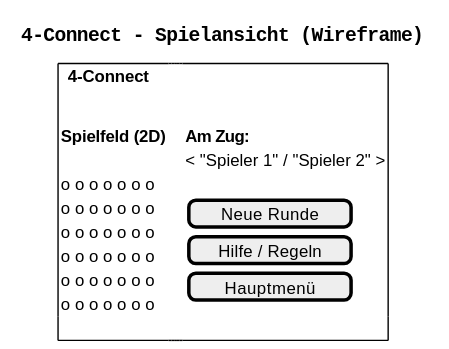
Above: prototyp/Wireframe-03-06-07_spielscreen.svg in realLucas01/SEGR11 (PlantUML), before the change.
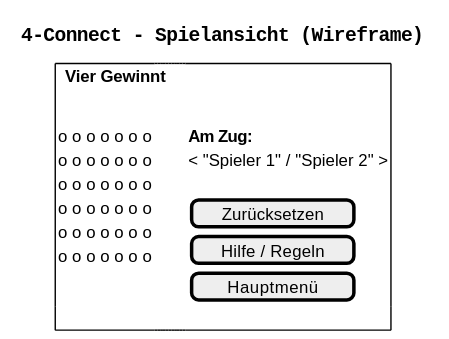
The same diagram one commit later.

Diff of the diagram source:
```diff
@@ -6,10 +6,9 @@
 salt
 {
   {+
-    {^ **4-Connect **}
-    .
-    { **Spielfeld (2D)**
+    {^ **Vier Gewinnt**}
 .
+    {
     o o o o o o o
     o o o o o o o
     o o o o o o o
@@ -17,12 +16,12 @@
     o o o o o o o
     o o o o o o o
 
-    } {}{}{}{}{} {
+    } {} {} {} {} {} {} {} {} {} {} {} {
 
       **Am Zug:**
       < "Spieler 1" / "Spieler 2" >
       .
-      [  Neue Runde  ]
+      [ Zurücksetzen ]
       [Hilfe / Regeln]
       [   Hauptmenü  ]
     }
```
